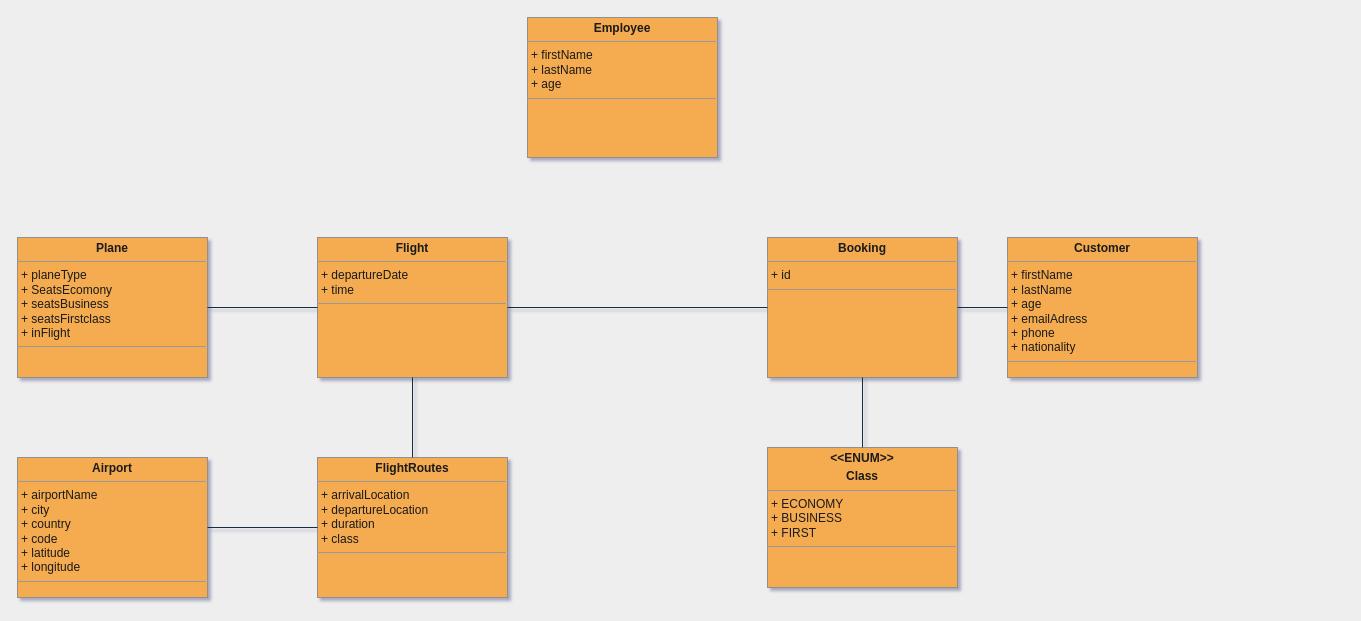
Earlier version of the draw.io diagram docs/domeinmodelVliegmaatschapij.drawio (huict/prbed-2122-v2c-teamdit). Source tidied: cells renumbered, new cells numbered last; positions are measured from the earlier drawing's top-left corner, leaving out a move shared by most shapes. Both pictures are drawn from the tidied source at 100%, with x=0, y=0 at pixel (17, 17).
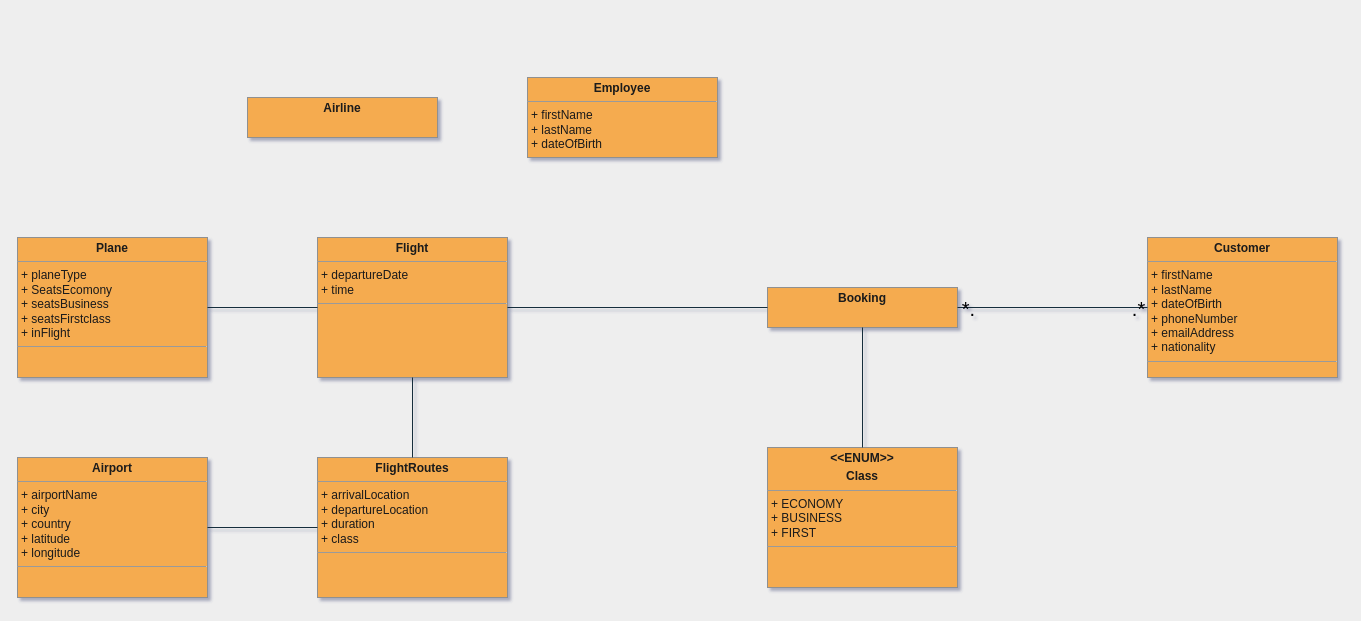
The same page after the edit.

Commit message:
Made progress on class diagram

What changed in the source:
```diff
@@
-    <mxCell id="3" value="&lt;p style=&quot;margin: 0px ; margin-top: 4px ; text-align: center&quot;&gt;&lt;b&gt;Customer&lt;/b&gt;&lt;/p&gt;&lt;hr size=&quot;1&quot;&gt;&lt;p style=&quot;margin: 0px ; margin-left: 4px&quot;&gt;+ firstName&lt;br&gt;&lt;/p&gt;&lt;p style=&quot;margin: 0px ; margin-left: 4px&quot;&gt;+ lastName&lt;/p&gt;&lt;p style=&quot;margin: 0px ; margin-left: 4px&quot;&gt;+ age&lt;/p&gt;&lt;p style=&quot;margin: 0px ; margin-left: 4px&quot;&gt;+ emailAdress&lt;/p&gt;&lt;p style=&quot;margin: 0px ; margin-left: 4px&quot;&gt;+ phone&lt;/p&gt;&lt;p style=&quot;margin: 0px ; margin-left: 4px&quot;&gt;+ nationality&lt;/p&gt;&lt;hr size=&quot;1&quot;&gt;&lt;p style=&quot;margin: 0px ; margin-left: 4px&quot;&gt;&lt;br&gt;&lt;/p&gt;" style="verticalAlign=top;align=left;overflow=fill;fontSize=12;fontFamily=Helvetica;html=1;shadow=0;comic=0;labelBackgroundColor=none;strokeWidth=1;fillColor=#F5AB50;strokeColor=#909090;fontColor=#1A1A1A;" parent="1" vertex="1">
-      <mxGeometry x="990" y="220" width="190" height="140" as="geometry" />
+    <mxCell id="3" value="&lt;p style=&quot;margin: 0px ; margin-top: 4px ; text-align: center&quot;&gt;&lt;b&gt;Customer&lt;/b&gt;&lt;/p&gt;&lt;hr size=&quot;1&quot;&gt;&lt;p style=&quot;margin: 0px ; margin-left: 4px&quot;&gt;+ firstName&lt;br&gt;&lt;/p&gt;&lt;p style=&quot;margin: 0px ; margin-left: 4px&quot;&gt;+ lastName&lt;/p&gt;&lt;p style=&quot;margin: 0px ; margin-left: 4px&quot;&gt;+ dateOfBirth&lt;/p&gt;&lt;p style=&quot;margin: 0px ; margin-left: 4px&quot;&gt;+ phoneNumber&lt;br&gt;&lt;/p&gt;&lt;p style=&quot;margin: 0px ; margin-left: 4px&quot;&gt;&lt;span&gt;+ emailAddress&lt;/span&gt;&lt;/p&gt;&lt;p style=&quot;margin: 0px ; margin-left: 4px&quot;&gt;+ nationality&lt;/p&gt;&lt;hr size=&quot;1&quot;&gt;&lt;p style=&quot;margin: 0px ; margin-left: 4px&quot;&gt;&lt;br&gt;&lt;/p&gt;" style="verticalAlign=top;align=left;overflow=fill;fontSize=12;fontFamily=Helvetica;html=1;shadow=0;comic=0;labelBackgroundColor=none;strokeWidth=1;fillColor=#F5AB50;strokeColor=#909090;fontColor=#1A1A1A;" parent="1" vertex="1">
+      <mxGeometry x="1130" y="220" width="190" height="140" as="geometry" />
     </mxCell>
-    <mxCell id="4" value="&lt;p style=&quot;margin: 0px ; margin-top: 4px ; text-align: center&quot;&gt;&lt;b&gt;Airport&lt;/b&gt;&lt;/p&gt;&lt;hr size=&quot;1&quot;&gt;&lt;p style=&quot;margin: 0px ; margin-left: 4px&quot;&gt;+ airportName&lt;br&gt;&lt;/p&gt;&lt;p style=&quot;margin: 0px ; margin-left: 4px&quot;&gt;+ city&lt;/p&gt;&lt;p style=&quot;margin: 0px ; margin-left: 4px&quot;&gt;+ country&lt;/p&gt;&lt;p style=&quot;margin: 0px ; margin-left: 4px&quot;&gt;+ code&lt;/p&gt;&lt;p style=&quot;margin: 0px ; margin-left: 4px&quot;&gt;+ latitude&lt;/p&gt;&lt;p style=&quot;margin: 0px ; margin-left: 4px&quot;&gt;+ longitude&lt;/p&gt;&lt;hr size=&quot;1&quot;&gt;&lt;p style=&quot;margin: 0px ; margin-left: 4px&quot;&gt;&lt;br&gt;&lt;/p&gt;" style="verticalAlign=top;align=left;overflow=fill;fontSize=12;fontFamily=Helvetica;html=1;shadow=0;comic=0;labelBackgroundColor=none;strokeWidth=1;fillColor=#F5AB50;strokeColor=#909090;fontColor=#1A1A1A;" parent="1" vertex="1">
+    <mxCell id="4" value="&lt;p style=&quot;margin: 0px ; margin-top: 4px ; text-align: center&quot;&gt;&lt;b&gt;Airport&lt;/b&gt;&lt;/p&gt;&lt;hr size=&quot;1&quot;&gt;&lt;p style=&quot;margin: 0px ; margin-left: 4px&quot;&gt;+ airportName&lt;br&gt;&lt;/p&gt;&lt;p style=&quot;margin: 0px ; margin-left: 4px&quot;&gt;+ city&lt;/p&gt;&lt;p style=&quot;margin: 0px ; margin-left: 4px&quot;&gt;+ country&lt;/p&gt;&lt;p style=&quot;margin: 0px ; margin-left: 4px&quot;&gt;+ latitude&lt;/p&gt;&lt;p style=&quot;margin: 0px ; margin-left: 4px&quot;&gt;+ longitude&lt;/p&gt;&lt;hr size=&quot;1&quot;&gt;&lt;p style=&quot;margin: 0px ; margin-left: 4px&quot;&gt;&lt;br&gt;&lt;/p&gt;" style="verticalAlign=top;align=left;overflow=fill;fontSize=12;fontFamily=Helvetica;html=1;shadow=0;comic=0;labelBackgroundColor=none;strokeWidth=1;fillColor=#F5AB50;strokeColor=#909090;fontColor=#1A1A1A;" parent="1" vertex="1">
       <mxGeometry y="440" width="190" height="140" as="geometry" />
     </mxCell>
@@
-    <mxCell id="7" value="&lt;p style=&quot;margin: 0px ; margin-top: 4px ; text-align: center&quot;&gt;&lt;b&gt;Booking&lt;/b&gt;&lt;/p&gt;&lt;hr size=&quot;1&quot;&gt;&lt;p style=&quot;margin: 0px ; margin-left: 4px&quot;&gt;+ id&lt;/p&gt;&lt;hr size=&quot;1&quot;&gt;&lt;p style=&quot;margin: 0px ; margin-left: 4px&quot;&gt;&lt;br&gt;&lt;/p&gt;" style="verticalAlign=top;align=left;overflow=fill;fontSize=12;fontFamily=Helvetica;html=1;shadow=0;comic=0;labelBackgroundColor=none;strokeWidth=1;fillColor=#F5AB50;strokeColor=#909090;fontColor=#1A1A1A;" parent="1" vertex="1">
-      <mxGeometry x="750" y="220" width="190" height="140" as="geometry" />
+    <mxCell id="7" value="&lt;p style=&quot;margin: 0px ; margin-top: 4px ; text-align: center&quot;&gt;&lt;b&gt;Booking&lt;/b&gt;&lt;/p&gt;&lt;p style=&quot;margin: 0px ; margin-left: 4px&quot;&gt;&lt;br&gt;&lt;/p&gt;" style="verticalAlign=top;align=left;overflow=fill;fontSize=12;fontFamily=Helvetica;html=1;shadow=0;comic=0;labelBackgroundColor=none;strokeWidth=1;fillColor=#F5AB50;strokeColor=#909090;fontColor=#1A1A1A;" parent="1" vertex="1">
+      <mxGeometry x="750" y="270" width="190" height="40" as="geometry" />
     </mxCell>
@@
-    <mxCell id="9" style="endArrow=none;html=1;entryX=0;entryY=0.5;entryDx=0;entryDy=0;exitX=1;exitY=0.5;exitDx=0;exitDy=0;labelBackgroundColor=#EEEEEE;strokeColor=#182E3E;fontColor=#1A1A1A;" parent="1" edge="1" source="7" target="3">
+    <mxCell id="9" style="endArrow=none;html=1;entryX=0;entryY=0.5;entryDx=0;entryDy=0;exitX=1;exitY=0.5;exitDx=0;exitDy=0;labelBackgroundColor=none;strokeColor=#182E3E;fontColor=#1A1A1A;" parent="1" edge="1" source="7" target="3">
       <mxGeometry relative="1" as="geometry" />
     </mxCell>
+    <mxCell id="16" value="*." style="edgeLabel;html=1;align=center;verticalAlign=middle;labelBackgroundColor=none;fontSize=20;" parent="9" vertex="1">
+      <mxGeometry x="-0.08" y="1" relative="1" as="geometry">
+        <mxPoint x="-77" y="1" as="offset" />
+      </mxGeometry>
+    </mxCell>
+    <mxCell id="17" value="&lt;span style=&quot;&quot;&gt;.*&lt;/span&gt;" style="edgeLabel;html=1;align=center;verticalAlign=middle;fontSize=20;labelBackgroundColor=none;" parent="9" vertex="1">
+      <mxGeometry x="0.26" relative="1" as="geometry">
+        <mxPoint x="60" as="offset" />
+      </mxGeometry>
+    </mxCell>
@@
-    <mxCell id="14" value="&lt;p style=&quot;margin: 0px ; margin-top: 4px ; text-align: center&quot;&gt;&lt;b&gt;Employee&lt;/b&gt;&lt;/p&gt;&lt;hr size=&quot;1&quot;&gt;&lt;p style=&quot;margin: 0px ; margin-left: 4px&quot;&gt;+ firstName&lt;br&gt;&lt;/p&gt;&lt;p style=&quot;margin: 0px ; margin-left: 4px&quot;&gt;+ lastName&lt;/p&gt;&lt;p style=&quot;margin: 0px ; margin-left: 4px&quot;&gt;+ age&lt;/p&gt;&lt;hr size=&quot;1&quot;&gt;&lt;p style=&quot;margin: 0px ; margin-left: 4px&quot;&gt;&lt;br&gt;&lt;/p&gt;" style="verticalAlign=top;align=left;overflow=fill;fontSize=12;fontFamily=Helvetica;html=1;shadow=0;comic=0;labelBackgroundColor=none;strokeWidth=1;fillColor=#F5AB50;strokeColor=#909090;fontColor=#1A1A1A;" parent="1" vertex="1">
-      <mxGeometry x="510" width="190" height="140" as="geometry" />
+    <mxCell id="14" value="&lt;p style=&quot;margin: 0px ; margin-top: 4px ; text-align: center&quot;&gt;&lt;b&gt;Employee&lt;/b&gt;&lt;/p&gt;&lt;hr size=&quot;1&quot;&gt;&lt;p style=&quot;margin: 0px ; margin-left: 4px&quot;&gt;+ firstName&lt;br&gt;&lt;/p&gt;&lt;p style=&quot;margin: 0px ; margin-left: 4px&quot;&gt;+ lastName&lt;/p&gt;&lt;p style=&quot;margin: 0px ; margin-left: 4px&quot;&gt;+ dateOfBirth&lt;/p&gt;&lt;p style=&quot;margin: 0px ; margin-left: 4px&quot;&gt;&lt;br&gt;&lt;/p&gt;" style="verticalAlign=top;align=left;overflow=fill;fontSize=12;fontFamily=Helvetica;html=1;shadow=0;comic=0;labelBackgroundColor=none;strokeWidth=1;fillColor=#F5AB50;strokeColor=#909090;fontColor=#1A1A1A;" parent="1" vertex="1">
+      <mxGeometry x="510" y="60" width="190" height="80" as="geometry" />
     </mxCell>
@@
+    <mxCell id="18" value="&lt;p style=&quot;margin: 0px ; margin-top: 4px ; text-align: center&quot;&gt;&lt;b&gt;Airline&lt;/b&gt;&lt;/p&gt;&lt;p style=&quot;margin: 0px ; margin-top: 4px ; text-align: center&quot;&gt;&lt;b&gt;&lt;br&gt;&lt;/b&gt;&lt;/p&gt;" style="verticalAlign=top;align=left;overflow=fill;fontSize=12;fontFamily=Helvetica;html=1;shadow=0;comic=0;labelBackgroundColor=none;strokeWidth=1;fillColor=#F5AB50;strokeColor=#909090;fontColor=#1A1A1A;" parent="1" vertex="1">
+      <mxGeometry x="230" y="80" width="190" height="40" as="geometry" />
+    </mxCell>
```
